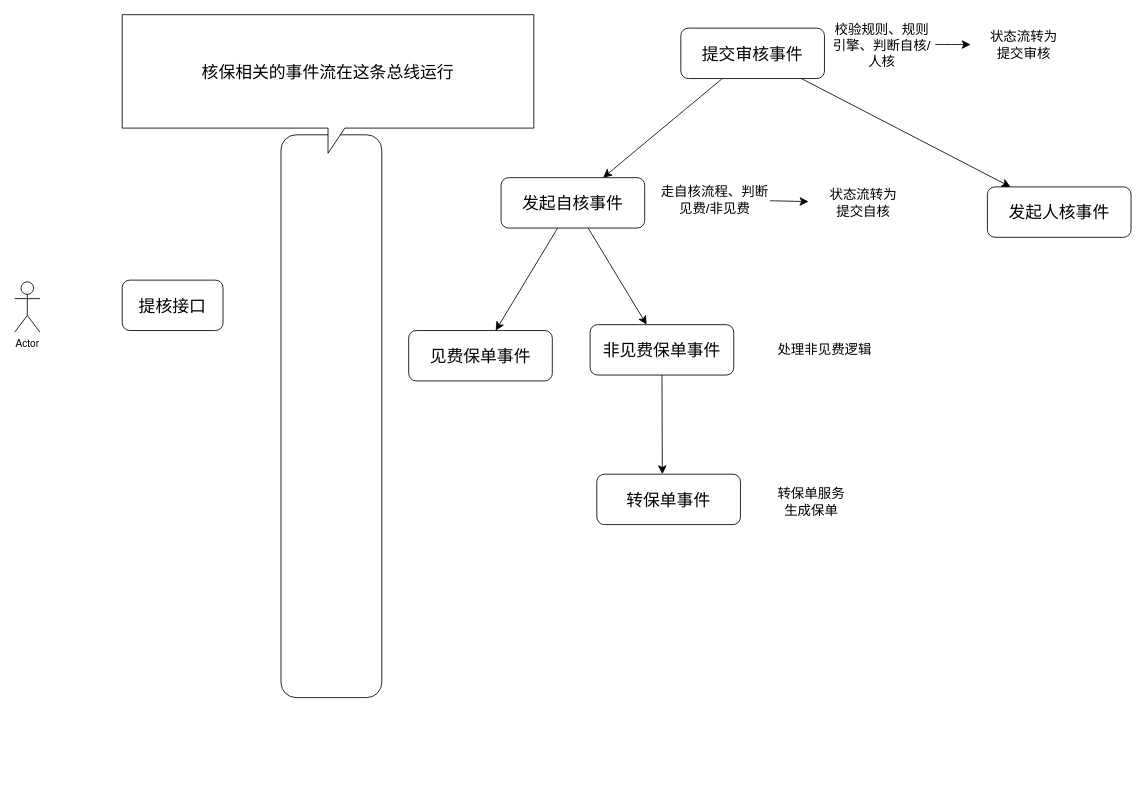
java-zengguang/images keeps this draw.io diagram as 核保事件流设计.drawio. Above is the earlier version. Source tidied: cells renumbered, new cells numbered last; positions are measured from the earlier drawing's top-left corner, leaving out a move shared by most shapes. Both pictures are drawn from the tidied source at 84%, with x=0, y=0 at pixel (14, 14).
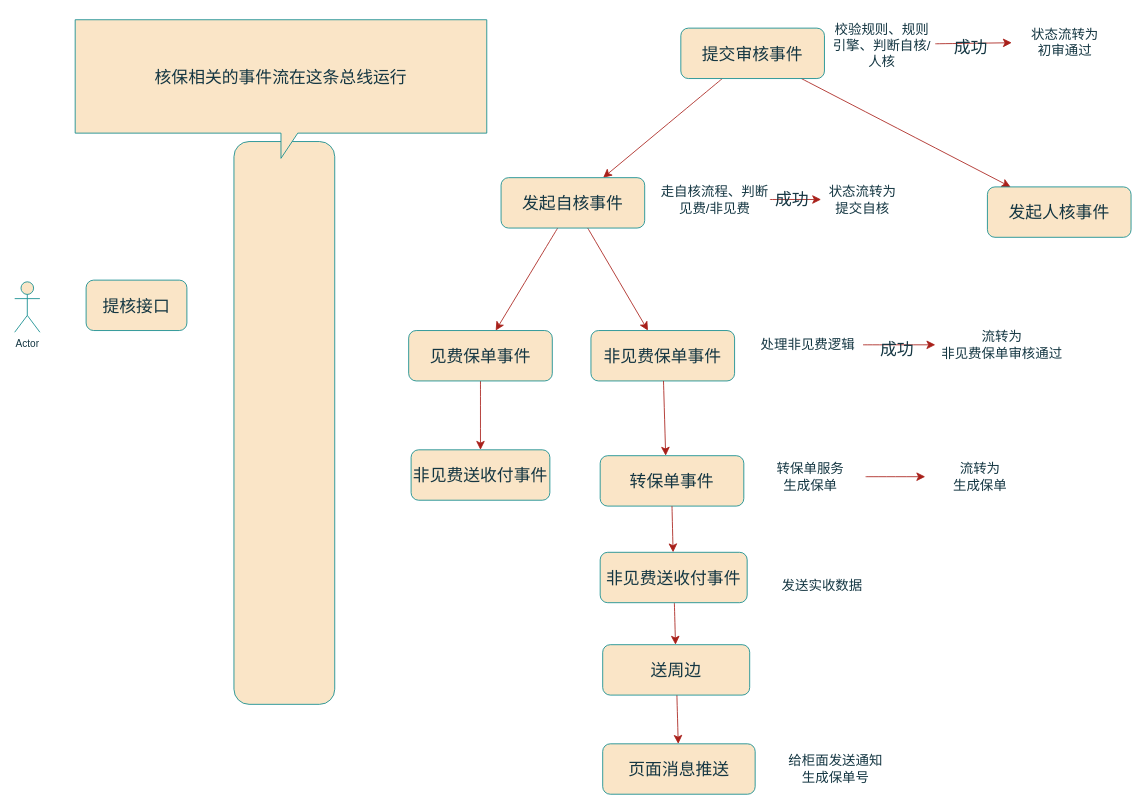
Above is the later version.

Commit message (it also covers changes not shown here):
更新核保事件流设计.drawio

Change to the diagram source:
```diff
@@
-    <mxCell id="2" style="edgeStyle=none;curved=1;rounded=0;jettySize=auto;html=1;fontSize=12;startSize=8;endSize=8;" parent="1" edge="1" source="4" target="11">
+    <mxCell id="2" style="edgeStyle=none;curved=1;rounded=0;jettySize=auto;html=1;fontSize=12;startSize=8;endSize=8;labelBackgroundColor=none;strokeColor=#A8201A;fontColor=default;" parent="1" edge="1" source="4" target="11">
       <mxGeometry relative="1" as="geometry" />
     </mxCell>
-    <mxCell id="3" style="edgeStyle=none;curved=1;rounded=0;jettySize=auto;html=1;fontSize=12;startSize=8;endSize=8;" parent="1" edge="1" source="4" target="15">
+    <mxCell id="3" style="edgeStyle=none;curved=1;rounded=0;jettySize=auto;html=1;fontSize=12;startSize=8;endSize=8;labelBackgroundColor=none;strokeColor=#A8201A;fontColor=default;" parent="1" edge="1" source="4" target="15">
       <mxGeometry relative="1" as="geometry" />
     </mxCell>
-    <mxCell id="4" value="&lt;font style=&quot;font-size: 20px;&quot;&gt;提交审核事件&lt;/font&gt;" style="rounded=1;whiteSpace=wrap;html=1;" parent="1" vertex="1">
+    <mxCell id="4" value="&lt;font style=&quot;font-size: 20px;&quot;&gt;提交审核事件&lt;/font&gt;" style="rounded=1;whiteSpace=wrap;html=1;labelBackgroundColor=none;fillColor=#FAE5C7;strokeColor=#0F8B8D;fontColor=#143642;" parent="1" vertex="1">
       <mxGeometry x="793" y="16" width="171" height="60" as="geometry" />
     </mxCell>
-    <mxCell id="5" value="Actor" style="shape=umlActor;verticalLabelPosition=bottom;verticalAlign=top;html=1;" parent="1" vertex="1">
+    <mxCell id="5" value="Actor" style="shape=umlActor;verticalLabelPosition=bottom;verticalAlign=top;html=1;labelBackgroundColor=none;fillColor=#FAE5C7;strokeColor=#0F8B8D;fontColor=#143642;" parent="1" vertex="1">
       <mxGeometry y="318" width="30" height="60" as="geometry" />
     </mxCell>
-    <mxCell id="6" value="&lt;font style=&quot;font-size: 20px;&quot;&gt;提核接口&lt;/font&gt;" style="rounded=1;whiteSpace=wrap;html=1;" parent="1" vertex="1">
-      <mxGeometry x="128" y="316" width="120" height="60" as="geometry" />
+    <mxCell id="6" value="&lt;font style=&quot;font-size: 20px;&quot;&gt;提核接口&lt;/font&gt;" style="rounded=1;whiteSpace=wrap;html=1;labelBackgroundColor=none;fillColor=#FAE5C7;strokeColor=#0F8B8D;fontColor=#143642;" parent="1" vertex="1">
+      <mxGeometry x="85" y="316" width="120" height="60" as="geometry" />
     </mxCell>
-    <mxCell id="7" style="rounded=1;whiteSpace=wrap;html=1;" parent="1" vertex="1">
-      <mxGeometry x="317" y="143" width="120" height="670" as="geometry" />
+    <mxCell id="7" style="rounded=1;whiteSpace=wrap;html=1;labelBackgroundColor=none;fillColor=#FAE5C7;strokeColor=#0F8B8D;fontColor=#143642;" parent="1" vertex="1">
+      <mxGeometry x="261" y="151" width="120" height="670" as="geometry" />
     </mxCell>
-    <mxCell id="8" value="&lt;font style=&quot;font-size: 20px;&quot;&gt;核保相关的事件流在这条总线运行&lt;/font&gt;" style="shape=callout;whiteSpace=wrap;html=1;perimeter=calloutPerimeter;" parent="1" vertex="1">
-      <mxGeometry x="128" width="490" height="165" as="geometry" />
+    <mxCell id="8" value="&lt;font style=&quot;font-size: 20px;&quot;&gt;核保相关的事件流在这条总线运行&lt;/font&gt;" style="shape=callout;whiteSpace=wrap;html=1;perimeter=calloutPerimeter;labelBackgroundColor=none;fillColor=#FAE5C7;strokeColor=#0F8B8D;fontColor=#143642;" parent="1" vertex="1">
+      <mxGeometry x="72" y="6" width="490" height="165" as="geometry" />
     </mxCell>
-    <mxCell id="9" style="edgeStyle=none;curved=1;rounded=0;jettySize=auto;html=1;fontSize=12;startSize=8;endSize=8;" parent="1" edge="1" source="11" target="12">
+    <mxCell id="9" style="edgeStyle=none;curved=1;rounded=0;jettySize=auto;html=1;fontSize=12;startSize=8;endSize=8;labelBackgroundColor=none;strokeColor=#A8201A;fontColor=default;" parent="1" edge="1" source="11" target="12">
       <mxGeometry relative="1" as="geometry" />
     </mxCell>
-    <mxCell id="10" style="edgeStyle=none;curved=1;rounded=0;jettySize=auto;html=1;fontSize=12;startSize=8;endSize=8;" parent="1" edge="1" source="11" target="13">
+    <mxCell id="10" style="edgeStyle=none;curved=1;rounded=0;jettySize=auto;html=1;fontSize=12;startSize=8;endSize=8;labelBackgroundColor=none;strokeColor=#A8201A;fontColor=default;" parent="1" edge="1" source="11" target="13">
       <mxGeometry relative="1" as="geometry" />
     </mxCell>
-    <mxCell id="11" value="&lt;font style=&quot;font-size: 20px;&quot;&gt;发起自核事件&lt;/font&gt;" style="rounded=1;whiteSpace=wrap;html=1;" parent="1" vertex="1">
+    <mxCell id="11" value="&lt;font style=&quot;font-size: 20px;&quot;&gt;发起自核事件&lt;/font&gt;" style="rounded=1;whiteSpace=wrap;html=1;labelBackgroundColor=none;fillColor=#FAE5C7;strokeColor=#0F8B8D;fontColor=#143642;" parent="1" vertex="1">
       <mxGeometry x="579" y="194" width="171" height="60" as="geometry" />
     </mxCell>
+    <mxCell id="25" style="edgeStyle=none;curved=1;rounded=0;jettySize=auto;html=1;fontSize=12;startSize=8;endSize=8;labelBackgroundColor=none;strokeColor=#A8201A;fontColor=default;" parent="1" edge="1" source="12" target="37">
+      <mxGeometry relative="1" as="geometry" />
+    </mxCell>
-    <mxCell id="12" value="&lt;font style=&quot;font-size: 20px;&quot;&gt;见费保单事件&lt;/font&gt;" style="rounded=1;whiteSpace=wrap;html=1;" parent="1" vertex="1">
+    <mxCell id="12" value="&lt;font style=&quot;font-size: 20px;&quot;&gt;见费保单事件&lt;/font&gt;" style="rounded=1;whiteSpace=wrap;html=1;labelBackgroundColor=none;fillColor=#FAE5C7;strokeColor=#0F8B8D;fontColor=#143642;" parent="1" vertex="1">
       <mxGeometry x="469" y="376" width="171" height="60" as="geometry" />
     </mxCell>
-    <mxCell id="13" value="&lt;font style=&quot;font-size: 20px;&quot;&gt;非见费保单事件&lt;/font&gt;" style="rounded=1;whiteSpace=wrap;html=1;" parent="1" vertex="1">
-      <mxGeometry x="685" y="369" width="171" height="60" as="geometry" />
+    <mxCell id="13" value="&lt;font style=&quot;font-size: 20px;&quot;&gt;非见费保单事件&lt;/font&gt;" style="rounded=1;whiteSpace=wrap;html=1;labelBackgroundColor=none;fillColor=#FAE5C7;strokeColor=#0F8B8D;fontColor=#143642;" parent="1" vertex="1">
+      <mxGeometry x="686" y="376" width="171" height="60" as="geometry" />
     </mxCell>
-    <mxCell id="14" value="&lt;font style=&quot;font-size: 20px;&quot;&gt;转保单事件&lt;/font&gt;" style="rounded=1;whiteSpace=wrap;html=1;" parent="1" vertex="1">
-      <mxGeometry x="693" y="547" width="171" height="60" as="geometry" />
+    <mxCell id="14" value="&lt;font style=&quot;font-size: 20px;&quot;&gt;转保单事件&lt;/font&gt;" style="rounded=1;whiteSpace=wrap;html=1;labelBackgroundColor=none;fillColor=#FAE5C7;strokeColor=#0F8B8D;fontColor=#143642;" parent="1" vertex="1">
+      <mxGeometry x="697" y="525" width="171" height="60" as="geometry" />
     </mxCell>
-    <mxCell id="15" value="&lt;font style=&quot;font-size: 20px;&quot;&gt;发起人核事件&lt;/font&gt;" style="rounded=1;whiteSpace=wrap;html=1;" parent="1" vertex="1">
+    <mxCell id="15" value="&lt;font style=&quot;font-size: 20px;&quot;&gt;发起人核事件&lt;/font&gt;" style="rounded=1;whiteSpace=wrap;html=1;labelBackgroundColor=none;fillColor=#FAE5C7;strokeColor=#0F8B8D;fontColor=#143642;" parent="1" vertex="1">
       <mxGeometry x="1158" y="205" width="171" height="60" as="geometry" />
     </mxCell>
-    <mxCell id="16" style="edgeStyle=none;curved=1;rounded=0;jettySize=auto;html=1;entryX=0.456;entryY=0;entryDx=0;entryDy=0;entryPerimeter=0;fontSize=12;startSize=8;endSize=8;" parent="1" edge="1" source="13" target="14">
+    <mxCell id="16" style="edgeStyle=none;curved=1;rounded=0;jettySize=auto;html=1;entryX=0.456;entryY=0;entryDx=0;entryDy=0;entryPerimeter=0;fontSize=12;startSize=8;endSize=8;labelBackgroundColor=none;strokeColor=#A8201A;fontColor=default;" parent="1" edge="1" source="13" target="14">
       <mxGeometry relative="1" as="geometry" />
     </mxCell>
-    <mxCell id="17" style="edgeStyle=none;curved=1;rounded=0;jettySize=auto;html=1;fontSize=12;startSize=8;endSize=8;" parent="1" edge="1" source="18" target="21">
+    <mxCell id="17" style="edgeStyle=none;curved=1;rounded=0;jettySize=auto;html=1;fontSize=12;startSize=8;endSize=8;labelBackgroundColor=none;strokeColor=#A8201A;fontColor=default;" parent="1" edge="1" source="18" target="21">
       <mxGeometry relative="1" as="geometry" />
     </mxCell>
+    <mxCell id="26" value="&lt;font style=&quot;font-size: 20px;&quot;&gt;成功&lt;/font&gt;" style="edgeLabel;html=1;align=center;verticalAlign=middle;fontSize=12;labelBackgroundColor=none;fontColor=#143642;" parent="17" vertex="1">
+      <mxGeometry x="-0.1" y="-3" relative="1" as="geometry" />
+    </mxCell>
-    <mxCell id="18" value="校验规则、规则引擎、判断自核/人核" style="text;html=1;align=center;verticalAlign=middle;whiteSpace=wrap;rounded=0;fontSize=16;" parent="1" vertex="1">
+    <mxCell id="18" value="校验规则、规则引擎、判断自核/人核" style="text;html=1;align=center;verticalAlign=middle;whiteSpace=wrap;rounded=0;fontSize=16;labelBackgroundColor=none;fontColor=#143642;" parent="1" vertex="1">
       <mxGeometry x="969" y="16" width="127" height="39" as="geometry" />
     </mxCell>
-    <mxCell id="19" style="edgeStyle=none;curved=1;rounded=0;jettySize=auto;html=1;fontSize=12;startSize=8;endSize=8;" parent="1" edge="1" source="20" target="22">
+    <mxCell id="19" style="edgeStyle=none;curved=1;rounded=0;jettySize=auto;html=1;fontSize=12;startSize=8;endSize=8;labelBackgroundColor=none;strokeColor=#A8201A;fontColor=default;" parent="1" edge="1" source="20" target="22">
       <mxGeometry relative="1" as="geometry" />
     </mxCell>
+    <mxCell id="27" value="&lt;font style=&quot;font-size: 20px;&quot;&gt;成功&lt;/font&gt;" style="edgeLabel;html=1;align=center;verticalAlign=middle;fontSize=12;labelBackgroundColor=none;fontColor=#143642;" parent="19" vertex="1">
+      <mxGeometry x="-0.55" y="2" relative="1" as="geometry">
+        <mxPoint x="11" as="offset" />
+      </mxGeometry>
+    </mxCell>
-    <mxCell id="20" value="走自核流程、判断见费/非见费" style="text;html=1;align=center;verticalAlign=middle;whiteSpace=wrap;rounded=0;fontSize=16;" parent="1" vertex="1">
+    <mxCell id="20" value="走自核流程、判断见费/非见费" style="text;html=1;align=center;verticalAlign=middle;whiteSpace=wrap;rounded=0;fontSize=16;labelBackgroundColor=none;fontColor=#143642;" parent="1" vertex="1">
       <mxGeometry x="768" y="205" width="131" height="30" as="geometry" />
     </mxCell>
-    <mxCell id="21" value="状态流转为&lt;div&gt;提交审核&lt;/div&gt;" style="text;html=1;align=center;verticalAlign=middle;whiteSpace=wrap;rounded=0;fontSize=16;" parent="1" vertex="1">
-      <mxGeometry x="1138" y="16" width="127" height="39" as="geometry" />
+    <mxCell id="21" value="状态流转为&lt;div&gt;初审通过&lt;/div&gt;" style="text;html=1;align=center;verticalAlign=middle;whiteSpace=wrap;rounded=0;fontSize=16;labelBackgroundColor=none;fontColor=#143642;" parent="1" vertex="1">
+      <mxGeometry x="1187" y="13" width="127" height="39" as="geometry" />
     </mxCell>
-    <mxCell id="22" value="状态流转为&lt;div&gt;提交自核&lt;/div&gt;" style="text;html=1;align=center;verticalAlign=middle;whiteSpace=wrap;rounded=0;fontSize=16;" parent="1" vertex="1">
-      <mxGeometry x="945" y="209" width="131" height="30" as="geometry" />
+    <mxCell id="22" value="状态流转为&lt;div&gt;提交自核&lt;/div&gt;" style="text;html=1;align=center;verticalAlign=middle;whiteSpace=wrap;rounded=0;fontSize=16;labelBackgroundColor=none;fontColor=#143642;" parent="1" vertex="1">
+      <mxGeometry x="960" y="205" width="99" height="30" as="geometry" />
     </mxCell>
+    <mxCell id="28" style="edgeStyle=none;curved=1;rounded=0;jettySize=auto;html=1;fontSize=12;startSize=8;endSize=8;labelBackgroundColor=none;strokeColor=#A8201A;fontColor=default;" parent="1" edge="1" source="23" target="31">
+      <mxGeometry relative="1" as="geometry" />
+    </mxCell>
+    <mxCell id="29" value="&lt;font style=&quot;font-size: 20px;&quot;&gt;成功&lt;/font&gt;" style="edgeLabel;html=1;align=center;verticalAlign=middle;fontSize=12;labelBackgroundColor=none;fontColor=#143642;" parent="28" vertex="1">
+      <mxGeometry x="-0.1" y="-4" relative="1" as="geometry" />
+    </mxCell>
-    <mxCell id="23" value="处理非见费逻辑" style="text;html=1;align=center;verticalAlign=middle;whiteSpace=wrap;rounded=0;fontSize=16;" parent="1" vertex="1">
-      <mxGeometry x="899" y="384" width="131" height="30" as="geometry" />
+    <mxCell id="23" value="处理非见费逻辑" style="text;html=1;align=center;verticalAlign=middle;whiteSpace=wrap;rounded=0;fontSize=16;labelBackgroundColor=none;fontColor=#143642;" parent="1" vertex="1">
+      <mxGeometry x="879" y="378" width="131" height="30" as="geometry" />
     </mxCell>
+    <mxCell id="30" style="edgeStyle=none;curved=1;rounded=0;jettySize=auto;html=1;fontSize=12;startSize=8;endSize=8;labelBackgroundColor=none;strokeColor=#A8201A;fontColor=default;" parent="1" edge="1" source="24" target="32">
+      <mxGeometry relative="1" as="geometry" />
+    </mxCell>
-    <mxCell id="24" value="转保单服务&lt;div&gt;生成保单&lt;/div&gt;" style="text;html=1;align=center;verticalAlign=middle;whiteSpace=wrap;rounded=0;fontSize=16;" parent="1" vertex="1">
-      <mxGeometry x="883" y="565" width="131" height="30" as="geometry" />
+    <mxCell id="24" value="转保单服务&lt;div&gt;生成保单&lt;/div&gt;" style="text;html=1;align=center;verticalAlign=middle;whiteSpace=wrap;rounded=0;fontSize=16;labelBackgroundColor=none;fontColor=#143642;" parent="1" vertex="1">
+      <mxGeometry x="882" y="535" width="131" height="30" as="geometry" />
     </mxCell>
+    <mxCell id="31" value="流转为&lt;div&gt;非见费保单审核通过&lt;/div&gt;" style="text;html=1;align=center;verticalAlign=middle;whiteSpace=wrap;rounded=0;fontSize=16;labelBackgroundColor=none;fontColor=#143642;" parent="1" vertex="1">
+      <mxGeometry x="1096" y="378" width="159" height="30" as="geometry" />
+    </mxCell>
+    <mxCell id="32" value="&lt;div&gt;流转为&lt;/div&gt;&lt;div&gt;生成保单&lt;/div&gt;" style="text;html=1;align=center;verticalAlign=middle;whiteSpace=wrap;rounded=0;fontSize=16;labelBackgroundColor=none;fontColor=#143642;" parent="1" vertex="1">
+      <mxGeometry x="1084" y="535" width="131" height="30" as="geometry" />
+    </mxCell>
+    <mxCell id="33" style="edgeStyle=none;curved=1;rounded=0;orthogonalLoop=1;jettySize=auto;html=1;exitX=0;exitY=0.5;exitDx=0;exitDy=0;fontSize=12;startSize=8;endSize=8;labelBackgroundColor=none;strokeColor=#A8201A;fontColor=default;" parent="1" edge="1" source="21" target="21">
+      <mxGeometry relative="1" as="geometry" />
+    </mxCell>
+    <mxCell id="34" style="edgeStyle=none;curved=1;rounded=0;orthogonalLoop=1;jettySize=auto;html=1;exitX=0;exitY=0.5;exitDx=0;exitDy=0;fontSize=12;startSize=8;endSize=8;labelBackgroundColor=none;strokeColor=#A8201A;fontColor=default;" parent="1" edge="1" source="21" target="21">
+      <mxGeometry relative="1" as="geometry" />
+    </mxCell>
+    <mxCell id="35" style="edgeStyle=none;curved=1;rounded=0;jettySize=auto;html=1;fontSize=12;startSize=8;endSize=8;labelBackgroundColor=none;strokeColor=#A8201A;fontColor=default;" parent="1" edge="1" source="36" target="39">
+      <mxGeometry relative="1" as="geometry" />
+    </mxCell>
+    <mxCell id="36" value="&lt;span style=&quot;font-size: 20px;&quot;&gt;非见费送收付事件&lt;/span&gt;" style="whiteSpace=wrap;html=1;rounded=1;labelBackgroundColor=none;fillColor=#FAE5C7;strokeColor=#0F8B8D;fontColor=#143642;" parent="1" vertex="1">
+      <mxGeometry x="697" y="640" width="175" height="60" as="geometry" />
+    </mxCell>
+    <mxCell id="37" value="&lt;span style=&quot;font-size: 20px;&quot;&gt;非见费送收付事件&lt;/span&gt;" style="whiteSpace=wrap;html=1;rounded=1;labelBackgroundColor=none;fillColor=#FAE5C7;strokeColor=#0F8B8D;fontColor=#143642;" parent="1" vertex="1">
+      <mxGeometry x="471.9" y="518" width="165.2" height="60" as="geometry" />
+    </mxCell>
+    <mxCell id="38" style="edgeStyle=none;curved=1;rounded=0;jettySize=auto;html=1;fontSize=12;startSize=8;endSize=8;labelBackgroundColor=none;strokeColor=#A8201A;fontColor=default;" parent="1" edge="1" source="39" target="41">
+      <mxGeometry relative="1" as="geometry" />
+    </mxCell>
+    <mxCell id="39" value="&lt;font style=&quot;font-size: 20px;&quot;&gt;送周边&lt;/font&gt;" style="whiteSpace=wrap;html=1;rounded=1;labelBackgroundColor=none;fillColor=#FAE5C7;strokeColor=#0F8B8D;fontColor=#143642;" parent="1" vertex="1">
+      <mxGeometry x="700" y="750" width="175" height="60" as="geometry" />
+    </mxCell>
+    <mxCell id="40" value="发送实收数据" style="text;html=1;align=center;verticalAlign=middle;whiteSpace=wrap;rounded=0;fontSize=16;labelBackgroundColor=none;fontColor=#143642;" parent="1" vertex="1">
+      <mxGeometry x="896" y="664" width="131" height="30" as="geometry" />
+    </mxCell>
+    <mxCell id="41" value="&lt;font style=&quot;font-size: 20px;&quot;&gt;页面消息推送&lt;/font&gt;" style="whiteSpace=wrap;html=1;rounded=1;labelBackgroundColor=none;fillColor=#FAE5C7;strokeColor=#0F8B8D;fontColor=#143642;" parent="1" vertex="1">
+      <mxGeometry x="700" y="868" width="181.5" height="60" as="geometry" />
+    </mxCell>
+    <mxCell id="42" value="给柜面发送通知&lt;div&gt;生成保单号&lt;/div&gt;" style="text;html=1;align=center;verticalAlign=middle;whiteSpace=wrap;rounded=0;fontSize=16;labelBackgroundColor=none;fontColor=#143642;" parent="1" vertex="1">
+      <mxGeometry x="912" y="883" width="131" height="30" as="geometry" />
+    </mxCell>
+    <mxCell id="43" style="edgeStyle=none;curved=1;rounded=0;jettySize=auto;html=1;fontSize=12;startSize=8;endSize=8;exitX=0.5;exitY=1;exitDx=0;exitDy=0;labelBackgroundColor=none;strokeColor=#A8201A;fontColor=default;" parent="1" edge="1" source="14" target="36">
+      <mxGeometry relative="1" as="geometry" />
+    </mxCell>
```
